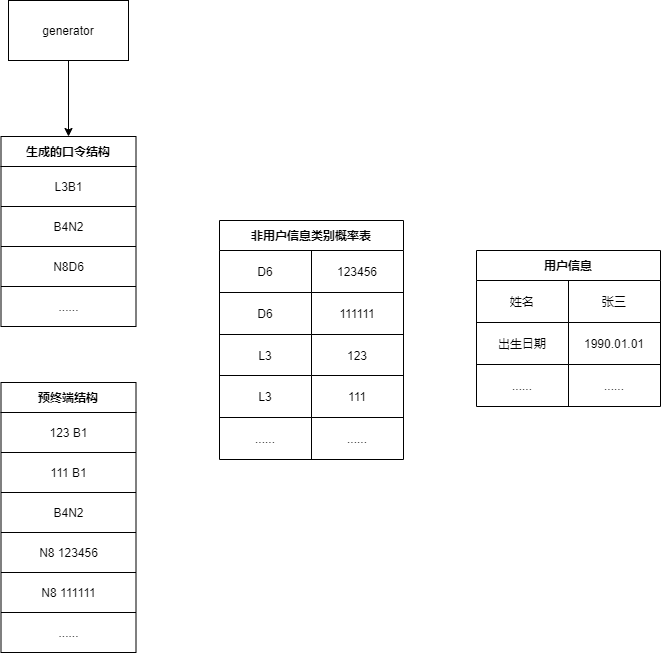
Earlier version of the draw.io export seqgan-fill.drawio.png (lakomi/pictures). Source tidied: cells renumbered, new cells last; positions are measured from the earlier drawing's top-left corner, leaving out a move shared by most shapes.
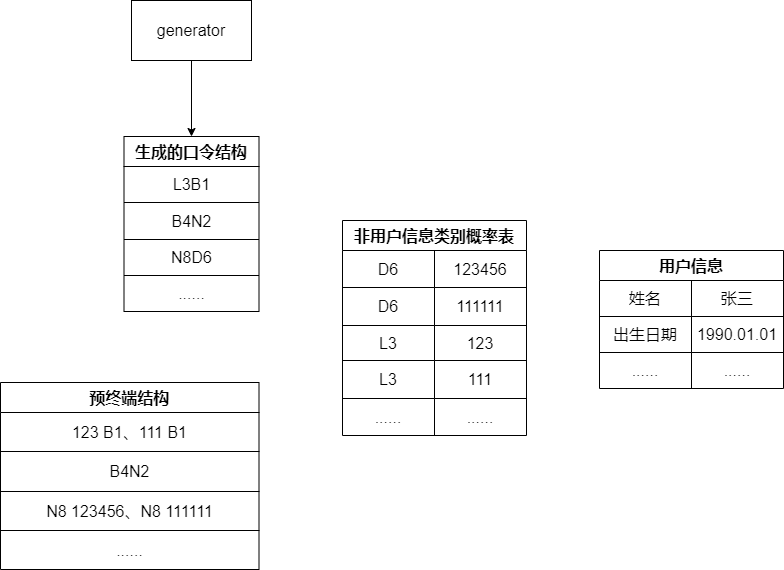
The same diagram one commit later.

The edit, as a diff of the source:
```diff
@@ -2,155 +2,143 @@
   <root>
     <mxCell id="0" />
     <mxCell id="1" parent="0" />
-    <mxCell id="2" style="edgeStyle=orthogonalEdgeStyle;rounded=0;jettySize=auto;html=1;exitX=0.5;exitY=1;exitDx=0;exitDy=0;" parent="1" edge="1" source="3" target="4">
+    <mxCell id="2" style="edgeStyle=orthogonalEdgeStyle;rounded=0;jettySize=auto;html=1;exitX=0.5;exitY=1;exitDx=0;exitDy=0;fontSize=16;" parent="1" edge="1" source="3" target="4">
       <mxGeometry relative="1" as="geometry" />
     </mxCell>
-    <mxCell id="3" value="generator" style="rounded=0;whiteSpace=wrap;html=1;" parent="1" vertex="1">
+    <mxCell id="3" value="generator" style="rounded=0;whiteSpace=wrap;html=1;fontSize=16;" parent="1" vertex="1">
       <mxGeometry x="8" width="120" height="60" as="geometry" />
     </mxCell>
-    <mxCell id="4" value="生成的口令结构" style="shape=table;startSize=30;fontStyle=1;align=center;" parent="1" vertex="1">
-      <mxGeometry x="0.5" y="136" width="135" height="190" as="geometry" />
+    <mxCell id="4" value="生成的口令结构" style="shape=table;startSize=30;fontStyle=1;align=center;fontSize=16;" parent="1" vertex="1">
+      <mxGeometry x="0.5" y="136" width="135" height="175" as="geometry" />
     </mxCell>
-    <mxCell id="5" style="shape=tableRow;horizontal=0;startSize=0;swimlaneHead=0;swimlaneBody=0;top=0;left=0;bottom=0;right=0;fillColor=none;" parent="4" vertex="1">
-      <mxGeometry y="30" width="135" height="40" as="geometry" />
+    <mxCell id="5" style="shape=tableRow;horizontal=0;startSize=0;swimlaneHead=0;swimlaneBody=0;top=0;left=0;bottom=0;right=0;fillColor=none;fontSize=16;" parent="4" vertex="1">
+      <mxGeometry y="30" width="135" height="36" as="geometry" />
     </mxCell>
-    <mxCell id="6" value="L3B1" style="shape=partialRectangle;html=1;whiteSpace=wrap;fillColor=none;top=0;left=0;bottom=0;right=0;overflow=hidden;" parent="5" vertex="1">
-      <mxGeometry width="135" height="40" as="geometry" />
+    <mxCell id="6" value="L3B1" style="shape=partialRectangle;html=1;whiteSpace=wrap;fillColor=none;top=0;left=0;bottom=0;right=0;overflow=hidden;fontSize=16;" parent="5" vertex="1">
+      <mxGeometry width="135" height="36" as="geometry" />
     </mxCell>
-    <mxCell id="7" style="shape=tableRow;horizontal=0;startSize=0;swimlaneHead=0;swimlaneBody=0;top=0;left=0;bottom=0;right=0;fillColor=none;" parent="4" vertex="1">
-      <mxGeometry y="70" width="135" height="40" as="geometry" />
+    <mxCell id="7" style="shape=tableRow;horizontal=0;startSize=0;swimlaneHead=0;swimlaneBody=0;top=0;left=0;bottom=0;right=0;fillColor=none;fontSize=16;" parent="4" vertex="1">
+      <mxGeometry y="66" width="135" height="37" as="geometry" />
     </mxCell>
-    <mxCell id="8" value="B4N2" style="shape=partialRectangle;html=1;whiteSpace=wrap;fillColor=none;top=0;left=0;bottom=0;right=0;overflow=hidden;" parent="7" vertex="1">
-      <mxGeometry width="135" height="40" as="geometry" />
+    <mxCell id="8" value="B4N2" style="shape=partialRectangle;html=1;whiteSpace=wrap;fillColor=none;top=0;left=0;bottom=0;right=0;overflow=hidden;fontSize=16;" parent="7" vertex="1">
+      <mxGeometry width="135" height="37" as="geometry" />
     </mxCell>
-    <mxCell id="9" style="shape=tableRow;horizontal=0;startSize=0;swimlaneHead=0;swimlaneBody=0;top=0;left=0;bottom=0;right=0;fillColor=none;" parent="4" vertex="1">
-      <mxGeometry y="110" width="135" height="40" as="geometry" />
+    <mxCell id="9" style="shape=tableRow;horizontal=0;startSize=0;swimlaneHead=0;swimlaneBody=0;top=0;left=0;bottom=0;right=0;fillColor=none;fontSize=16;" parent="4" vertex="1">
+      <mxGeometry y="103" width="135" height="36" as="geometry" />
     </mxCell>
-    <mxCell id="10" value="N8D6" style="shape=partialRectangle;html=1;whiteSpace=wrap;fillColor=none;top=0;left=0;bottom=0;right=0;overflow=hidden;" parent="9" vertex="1">
-      <mxGeometry width="135" height="40" as="geometry" />
+    <mxCell id="10" value="N8D6" style="shape=partialRectangle;html=1;whiteSpace=wrap;fillColor=none;top=0;left=0;bottom=0;right=0;overflow=hidden;fontSize=16;" parent="9" vertex="1">
+      <mxGeometry width="135" height="36" as="geometry" />
     </mxCell>
-    <mxCell id="11" style="shape=tableRow;horizontal=0;startSize=0;swimlaneHead=0;swimlaneBody=0;top=0;left=0;bottom=0;right=0;fillColor=none;" parent="4" vertex="1">
-      <mxGeometry y="150" width="135" height="40" as="geometry" />
+    <mxCell id="11" style="shape=tableRow;horizontal=0;startSize=0;swimlaneHead=0;swimlaneBody=0;top=0;left=0;bottom=0;right=0;fillColor=none;fontSize=16;" parent="4" vertex="1">
+      <mxGeometry y="139" width="135" height="36" as="geometry" />
     </mxCell>
-    <mxCell id="12" value="......" style="shape=partialRectangle;html=1;whiteSpace=wrap;fillColor=none;top=0;left=0;bottom=0;right=0;overflow=hidden;" parent="11" vertex="1">
-      <mxGeometry width="135" height="40" as="geometry" />
+    <mxCell id="12" value="......" style="shape=partialRectangle;html=1;whiteSpace=wrap;fillColor=none;top=0;left=0;bottom=0;right=0;overflow=hidden;fontSize=16;" parent="11" vertex="1">
+      <mxGeometry width="135" height="36" as="geometry" />
     </mxCell>
-    <mxCell id="13" value="预终端结构" style="shape=table;startSize=30;fontStyle=1;align=center;" parent="1" vertex="1">
-      <mxGeometry x="0.5" y="382" width="135" height="270" as="geometry" />
+    <mxCell id="13" value="预终端结构" style="shape=table;startSize=30;fontStyle=1;align=center;fontSize=16;" parent="1" vertex="1">
+      <mxGeometry x="-123" y="382" width="258.5" height="187" as="geometry" />
     </mxCell>
-    <mxCell id="14" style="shape=tableRow;horizontal=0;startSize=0;swimlaneHead=0;swimlaneBody=0;top=0;left=0;bottom=0;right=0;fillColor=none;" parent="13" vertex="1">
-      <mxGeometry y="30" width="135" height="40" as="geometry" />
+    <mxCell id="14" style="shape=tableRow;horizontal=0;startSize=0;swimlaneHead=0;swimlaneBody=0;top=0;left=0;bottom=0;right=0;fillColor=none;fontSize=16;" parent="13" vertex="1">
+      <mxGeometry y="30" width="258.5" height="39" as="geometry" />
     </mxCell>
-    <mxCell id="15" value="123 B1" style="shape=partialRectangle;html=1;whiteSpace=wrap;fillColor=none;top=0;left=0;bottom=0;right=0;overflow=hidden;" parent="14" vertex="1">
-      <mxGeometry width="135" height="40" as="geometry" />
+    <mxCell id="15" value="123 B1、111 B1" style="shape=partialRectangle;html=1;whiteSpace=wrap;fillColor=none;top=0;left=0;bottom=0;right=0;overflow=hidden;fontSize=16;" parent="14" vertex="1">
+      <mxGeometry width="259" height="39" as="geometry" />
     </mxCell>
-    <mxCell id="16" style="shape=tableRow;horizontal=0;startSize=0;swimlaneHead=0;swimlaneBody=0;top=0;left=0;bottom=0;right=0;fillColor=none;" parent="13" vertex="1">
-      <mxGeometry y="70" width="135" height="40" as="geometry" />
-    </mxCell>
-    <mxCell id="17" value="111 B1" style="shape=partialRectangle;html=1;whiteSpace=wrap;fillColor=none;top=0;left=0;bottom=0;right=0;overflow=hidden;" parent="16" vertex="1">
-      <mxGeometry width="135" height="40" as="geometry" />
-    </mxCell>
-    <mxCell id="18" style="shape=tableRow;horizontal=0;startSize=0;swimlaneHead=0;swimlaneBody=0;top=0;left=0;bottom=0;right=0;fillColor=none;" parent="13" vertex="1">
-      <mxGeometry y="110" width="135" height="40" as="geometry" />
+    <mxCell id="18" style="shape=tableRow;horizontal=0;startSize=0;swimlaneHead=0;swimlaneBody=0;top=0;left=0;bottom=0;right=0;fillColor=none;fontSize=16;" parent="13" vertex="1">
+      <mxGeometry y="69" width="258.5" height="40" as="geometry" />
     </mxCell>
-    <mxCell id="19" value="B4N2" style="shape=partialRectangle;html=1;whiteSpace=wrap;fillColor=none;top=0;left=0;bottom=0;right=0;overflow=hidden;" parent="18" vertex="1">
-      <mxGeometry width="135" height="40" as="geometry" />
+    <mxCell id="19" value="B4N2" style="shape=partialRectangle;html=1;whiteSpace=wrap;fillColor=none;top=0;left=0;bottom=0;right=0;overflow=hidden;fontSize=16;" parent="18" vertex="1">
+      <mxGeometry width="259" height="40" as="geometry" />
     </mxCell>
-    <mxCell id="20" style="shape=tableRow;horizontal=0;startSize=0;swimlaneHead=0;swimlaneBody=0;top=0;left=0;bottom=0;right=0;fillColor=none;" parent="13" vertex="1">
-      <mxGeometry y="150" width="135" height="40" as="geometry" />
+    <mxCell id="20" style="shape=tableRow;horizontal=0;startSize=0;swimlaneHead=0;swimlaneBody=0;top=0;left=0;bottom=0;right=0;fillColor=none;fontSize=16;" parent="13" vertex="1">
+      <mxGeometry y="109" width="258.5" height="39" as="geometry" />
     </mxCell>
-    <mxCell id="21" value="N8 123456" style="shape=partialRectangle;html=1;whiteSpace=wrap;fillColor=none;top=0;left=0;bottom=0;right=0;overflow=hidden;" parent="20" vertex="1">
-      <mxGeometry width="135" height="40" as="geometry" />
+    <mxCell id="21" value="N8 123456、N8 111111" style="shape=partialRectangle;html=1;whiteSpace=wrap;fillColor=none;top=0;left=0;bottom=0;right=0;overflow=hidden;fontSize=16;" parent="20" vertex="1">
+      <mxGeometry width="259" height="39" as="geometry" />
     </mxCell>
-    <mxCell id="22" style="shape=tableRow;horizontal=0;startSize=0;swimlaneHead=0;swimlaneBody=0;top=0;left=0;bottom=0;right=0;fillColor=none;" parent="13" vertex="1">
-      <mxGeometry y="190" width="135" height="40" as="geometry" />
-    </mxCell>
-    <mxCell id="23" value="N8 111111" style="shape=partialRectangle;html=1;whiteSpace=wrap;fillColor=none;top=0;left=0;bottom=0;right=0;overflow=hidden;" parent="22" vertex="1">
-      <mxGeometry width="135" height="40" as="geometry" />
-    </mxCell>
-    <mxCell id="24" style="shape=tableRow;horizontal=0;startSize=0;swimlaneHead=0;swimlaneBody=0;top=0;left=0;bottom=0;right=0;fillColor=none;" parent="13" vertex="1">
-      <mxGeometry y="230" width="135" height="40" as="geometry" />
+    <mxCell id="24" style="shape=tableRow;horizontal=0;startSize=0;swimlaneHead=0;swimlaneBody=0;top=0;left=0;bottom=0;right=0;fillColor=none;fontSize=16;" parent="13" vertex="1">
+      <mxGeometry y="148" width="258.5" height="39" as="geometry" />
     </mxCell>
-    <mxCell id="25" value="......" style="shape=partialRectangle;html=1;whiteSpace=wrap;fillColor=none;top=0;left=0;bottom=0;right=0;overflow=hidden;" parent="24" vertex="1">
-      <mxGeometry width="135" height="40" as="geometry" />
+    <mxCell id="25" value="......" style="shape=partialRectangle;html=1;whiteSpace=wrap;fillColor=none;top=0;left=0;bottom=0;right=0;overflow=hidden;fontSize=16;" parent="24" vertex="1">
+      <mxGeometry width="259" height="39" as="geometry" />
     </mxCell>
-    <mxCell id="26" value="非用户信息类别概率表" style="shape=table;startSize=30;fontStyle=1;align=center;" parent="1" vertex="1">
-      <mxGeometry x="219" y="220" width="184" height="239" as="geometry" />
+    <mxCell id="26" value="非用户信息类别概率表" style="shape=table;startSize=30;fontStyle=1;align=center;fontSize=16;" parent="1" vertex="1">
+      <mxGeometry x="219" y="220" width="184" height="215" as="geometry" />
     </mxCell>
-    <mxCell id="27" style="shape=tableRow;horizontal=0;startSize=0;swimlaneHead=0;swimlaneBody=0;top=0;left=0;bottom=0;right=0;fillColor=none;" parent="26" vertex="1">
-      <mxGeometry y="30" width="184" height="42" as="geometry" />
+    <mxCell id="27" style="shape=tableRow;horizontal=0;startSize=0;swimlaneHead=0;swimlaneBody=0;top=0;left=0;bottom=0;right=0;fillColor=none;fontSize=16;" parent="26" vertex="1">
+      <mxGeometry y="30" width="184" height="37" as="geometry" />
     </mxCell>
-    <mxCell id="28" value="D6" style="shape=partialRectangle;html=1;whiteSpace=wrap;fillColor=none;top=0;left=0;bottom=0;right=0;overflow=hidden;" parent="27" vertex="1">
-      <mxGeometry width="92" height="42" as="geometry" />
+    <mxCell id="28" value="D6" style="shape=partialRectangle;html=1;whiteSpace=wrap;fillColor=none;top=0;left=0;bottom=0;right=0;overflow=hidden;fontSize=16;" parent="27" vertex="1">
+      <mxGeometry width="92" height="37" as="geometry" />
     </mxCell>
-    <mxCell id="29" value="123456" style="shape=partialRectangle;html=1;whiteSpace=wrap;fillColor=none;top=0;left=0;bottom=0;right=0;overflow=hidden;" parent="27" vertex="1">
-      <mxGeometry x="92" width="92" height="42" as="geometry" />
+    <mxCell id="29" value="123456" style="shape=partialRectangle;html=1;whiteSpace=wrap;fillColor=none;top=0;left=0;bottom=0;right=0;overflow=hidden;fontSize=16;" parent="27" vertex="1">
+      <mxGeometry x="92" width="92" height="37" as="geometry" />
     </mxCell>
-    <mxCell id="30" style="shape=tableRow;horizontal=0;startSize=0;swimlaneHead=0;swimlaneBody=0;top=0;left=0;bottom=0;right=0;fillColor=none;" parent="26" vertex="1">
-      <mxGeometry y="72" width="184" height="42" as="geometry" />
+    <mxCell id="30" style="shape=tableRow;horizontal=0;startSize=0;swimlaneHead=0;swimlaneBody=0;top=0;left=0;bottom=0;right=0;fillColor=none;fontSize=16;" parent="26" vertex="1">
+      <mxGeometry y="67" width="184" height="38" as="geometry" />
     </mxCell>
-    <mxCell id="31" value="D6" style="shape=partialRectangle;html=1;whiteSpace=wrap;fillColor=none;top=0;left=0;bottom=0;right=0;overflow=hidden;" parent="30" vertex="1">
-      <mxGeometry width="92" height="42" as="geometry" />
+    <mxCell id="31" value="D6" style="shape=partialRectangle;html=1;whiteSpace=wrap;fillColor=none;top=0;left=0;bottom=0;right=0;overflow=hidden;fontSize=16;" parent="30" vertex="1">
+      <mxGeometry width="92" height="38" as="geometry" />
     </mxCell>
-    <mxCell id="32" value="111111" style="shape=partialRectangle;html=1;whiteSpace=wrap;fillColor=none;top=0;left=0;bottom=0;right=0;overflow=hidden;" parent="30" vertex="1">
-      <mxGeometry x="92" width="92" height="42" as="geometry" />
+    <mxCell id="32" value="111111" style="shape=partialRectangle;html=1;whiteSpace=wrap;fillColor=none;top=0;left=0;bottom=0;right=0;overflow=hidden;fontSize=16;" parent="30" vertex="1">
+      <mxGeometry x="92" width="92" height="38" as="geometry" />
     </mxCell>
-    <mxCell id="33" style="shape=tableRow;horizontal=0;startSize=0;swimlaneHead=0;swimlaneBody=0;top=0;left=0;bottom=0;right=0;fillColor=none;" parent="26" vertex="1">
-      <mxGeometry y="114" width="184" height="41" as="geometry" />
+    <mxCell id="33" style="shape=tableRow;horizontal=0;startSize=0;swimlaneHead=0;swimlaneBody=0;top=0;left=0;bottom=0;right=0;fillColor=none;fontSize=16;" parent="26" vertex="1">
+      <mxGeometry y="105" width="184" height="35" as="geometry" />
     </mxCell>
-    <mxCell id="34" value="L3" style="shape=partialRectangle;html=1;whiteSpace=wrap;fillColor=none;top=0;left=0;bottom=0;right=0;overflow=hidden;" parent="33" vertex="1">
-      <mxGeometry width="92" height="41" as="geometry" />
+    <mxCell id="34" value="L3" style="shape=partialRectangle;html=1;whiteSpace=wrap;fillColor=none;top=0;left=0;bottom=0;right=0;overflow=hidden;fontSize=16;" parent="33" vertex="1">
+      <mxGeometry width="92" height="35" as="geometry" />
     </mxCell>
-    <mxCell id="35" value="123" style="shape=partialRectangle;html=1;whiteSpace=wrap;fillColor=none;top=0;left=0;bottom=0;right=0;overflow=hidden;" parent="33" vertex="1">
-      <mxGeometry x="92" width="92" height="41" as="geometry" />
+    <mxCell id="35" value="123" style="shape=partialRectangle;html=1;whiteSpace=wrap;fillColor=none;top=0;left=0;bottom=0;right=0;overflow=hidden;fontSize=16;" parent="33" vertex="1">
+      <mxGeometry x="92" width="92" height="35" as="geometry" />
     </mxCell>
-    <mxCell id="36" style="shape=tableRow;horizontal=0;startSize=0;swimlaneHead=0;swimlaneBody=0;top=0;left=0;bottom=0;right=0;fillColor=none;" parent="26" vertex="1">
-      <mxGeometry y="155" width="184" height="42" as="geometry" />
+    <mxCell id="36" style="shape=tableRow;horizontal=0;startSize=0;swimlaneHead=0;swimlaneBody=0;top=0;left=0;bottom=0;right=0;fillColor=none;fontSize=16;" parent="26" vertex="1">
+      <mxGeometry y="140" width="184" height="38" as="geometry" />
     </mxCell>
-    <mxCell id="37" value="L3" style="shape=partialRectangle;html=1;whiteSpace=wrap;fillColor=none;top=0;left=0;bottom=0;right=0;overflow=hidden;" parent="36" vertex="1">
-      <mxGeometry width="92" height="42" as="geometry" />
+    <mxCell id="37" value="L3" style="shape=partialRectangle;html=1;whiteSpace=wrap;fillColor=none;top=0;left=0;bottom=0;right=0;overflow=hidden;fontSize=16;" parent="36" vertex="1">
+      <mxGeometry width="92" height="38" as="geometry" />
     </mxCell>
-    <mxCell id="38" value="111" style="shape=partialRectangle;html=1;whiteSpace=wrap;fillColor=none;top=0;left=0;bottom=0;right=0;overflow=hidden;" parent="36" vertex="1">
-      <mxGeometry x="92" width="92" height="42" as="geometry" />
+    <mxCell id="38" value="111" style="shape=partialRectangle;html=1;whiteSpace=wrap;fillColor=none;top=0;left=0;bottom=0;right=0;overflow=hidden;fontSize=16;" parent="36" vertex="1">
+      <mxGeometry x="92" width="92" height="38" as="geometry" />
     </mxCell>
-    <mxCell id="39" style="shape=tableRow;horizontal=0;startSize=0;swimlaneHead=0;swimlaneBody=0;top=0;left=0;bottom=0;right=0;fillColor=none;" parent="26" vertex="1">
-      <mxGeometry y="197" width="184" height="42" as="geometry" />
+    <mxCell id="39" style="shape=tableRow;horizontal=0;startSize=0;swimlaneHead=0;swimlaneBody=0;top=0;left=0;bottom=0;right=0;fillColor=none;fontSize=16;" parent="26" vertex="1">
+      <mxGeometry y="178" width="184" height="37" as="geometry" />
     </mxCell>
-    <mxCell id="40" value="......" style="shape=partialRectangle;html=1;whiteSpace=wrap;fillColor=none;top=0;left=0;bottom=0;right=0;overflow=hidden;" parent="39" vertex="1">
-      <mxGeometry width="92" height="42" as="geometry" />
+    <mxCell id="40" value="......" style="shape=partialRectangle;html=1;whiteSpace=wrap;fillColor=none;top=0;left=0;bottom=0;right=0;overflow=hidden;fontSize=16;" parent="39" vertex="1">
+      <mxGeometry width="92" height="37" as="geometry" />
     </mxCell>
-    <mxCell id="41" value="......" style="shape=partialRectangle;html=1;whiteSpace=wrap;fillColor=none;top=0;left=0;bottom=0;right=0;overflow=hidden;" parent="39" vertex="1">
-      <mxGeometry x="92" width="92" height="42" as="geometry" />
+    <mxCell id="41" value="......" style="shape=partialRectangle;html=1;whiteSpace=wrap;fillColor=none;top=0;left=0;bottom=0;right=0;overflow=hidden;fontSize=16;" parent="39" vertex="1">
+      <mxGeometry x="92" width="92" height="37" as="geometry" />
     </mxCell>
-    <mxCell id="42" value="用户信息" style="shape=table;startSize=30;fontStyle=1;align=center;" parent="1" vertex="1">
-      <mxGeometry x="476" y="250" width="184" height="156" as="geometry" />
+    <mxCell id="42" value="用户信息" style="shape=table;startSize=30;fontStyle=1;align=center;fontSize=16;" parent="1" vertex="1">
+      <mxGeometry x="476" y="250" width="184" height="138" as="geometry" />
     </mxCell>
-    <mxCell id="43" style="shape=tableRow;horizontal=0;startSize=0;swimlaneHead=0;swimlaneBody=0;top=0;left=0;bottom=0;right=0;fillColor=none;" parent="42" vertex="1">
-      <mxGeometry y="30" width="184" height="42" as="geometry" />
+    <mxCell id="43" style="shape=tableRow;horizontal=0;startSize=0;swimlaneHead=0;swimlaneBody=0;top=0;left=0;bottom=0;right=0;fillColor=none;fontSize=16;" parent="42" vertex="1">
+      <mxGeometry y="30" width="184" height="36" as="geometry" />
     </mxCell>
-    <mxCell id="44" value="姓名" style="shape=partialRectangle;html=1;whiteSpace=wrap;fillColor=none;top=0;left=0;bottom=0;right=0;overflow=hidden;" parent="43" vertex="1">
-      <mxGeometry width="92" height="42" as="geometry" />
+    <mxCell id="44" value="姓名" style="shape=partialRectangle;html=1;whiteSpace=wrap;fillColor=none;top=0;left=0;bottom=0;right=0;overflow=hidden;fontSize=16;" parent="43" vertex="1">
+      <mxGeometry width="92" height="36" as="geometry" />
     </mxCell>
-    <mxCell id="45" value="张三" style="shape=partialRectangle;html=1;whiteSpace=wrap;fillColor=none;top=0;left=0;bottom=0;right=0;overflow=hidden;" parent="43" vertex="1">
-      <mxGeometry x="92" width="92" height="42" as="geometry" />
+    <mxCell id="45" value="张三" style="shape=partialRectangle;html=1;whiteSpace=wrap;fillColor=none;top=0;left=0;bottom=0;right=0;overflow=hidden;fontSize=16;" parent="43" vertex="1">
+      <mxGeometry x="92" width="92" height="36" as="geometry" />
     </mxCell>
-    <mxCell id="46" style="shape=tableRow;horizontal=0;startSize=0;swimlaneHead=0;swimlaneBody=0;top=0;left=0;bottom=0;right=0;fillColor=none;" parent="42" vertex="1">
-      <mxGeometry y="72" width="184" height="42" as="geometry" />
+    <mxCell id="46" style="shape=tableRow;horizontal=0;startSize=0;swimlaneHead=0;swimlaneBody=0;top=0;left=0;bottom=0;right=0;fillColor=none;fontSize=16;" parent="42" vertex="1">
+      <mxGeometry y="66" width="184" height="36" as="geometry" />
     </mxCell>
-    <mxCell id="47" value="出生日期" style="shape=partialRectangle;html=1;whiteSpace=wrap;fillColor=none;top=0;left=0;bottom=0;right=0;overflow=hidden;" parent="46" vertex="1">
-      <mxGeometry width="92" height="42" as="geometry" />
+    <mxCell id="47" value="出生日期" style="shape=partialRectangle;html=1;whiteSpace=wrap;fillColor=none;top=0;left=0;bottom=0;right=0;overflow=hidden;fontSize=16;" parent="46" vertex="1">
+      <mxGeometry width="92" height="36" as="geometry" />
     </mxCell>
-    <mxCell id="48" value="1990.01.01" style="shape=partialRectangle;html=1;whiteSpace=wrap;fillColor=none;top=0;left=0;bottom=0;right=0;overflow=hidden;" parent="46" vertex="1">
-      <mxGeometry x="92" width="92" height="42" as="geometry" />
+    <mxCell id="48" value="1990.01.01" style="shape=partialRectangle;html=1;whiteSpace=wrap;fillColor=none;top=0;left=0;bottom=0;right=0;overflow=hidden;fontSize=16;" parent="46" vertex="1">
+      <mxGeometry x="92" width="92" height="36" as="geometry" />
     </mxCell>
-    <mxCell id="49" style="shape=tableRow;horizontal=0;startSize=0;swimlaneHead=0;swimlaneBody=0;top=0;left=0;bottom=0;right=0;fillColor=none;" parent="42" vertex="1">
-      <mxGeometry y="114" width="184" height="42" as="geometry" />
+    <mxCell id="49" style="shape=tableRow;horizontal=0;startSize=0;swimlaneHead=0;swimlaneBody=0;top=0;left=0;bottom=0;right=0;fillColor=none;fontSize=16;" parent="42" vertex="1">
+      <mxGeometry y="102" width="184" height="36" as="geometry" />
     </mxCell>
-    <mxCell id="50" value="......" style="shape=partialRectangle;html=1;whiteSpace=wrap;fillColor=none;top=0;left=0;bottom=0;right=0;overflow=hidden;" parent="49" vertex="1">
-      <mxGeometry width="92" height="42" as="geometry" />
+    <mxCell id="50" value="......" style="shape=partialRectangle;html=1;whiteSpace=wrap;fillColor=none;top=0;left=0;bottom=0;right=0;overflow=hidden;fontSize=16;" parent="49" vertex="1">
+      <mxGeometry width="92" height="36" as="geometry" />
     </mxCell>
-    <mxCell id="51" value="......" style="shape=partialRectangle;html=1;whiteSpace=wrap;fillColor=none;top=0;left=0;bottom=0;right=0;overflow=hidden;" parent="49" vertex="1">
-      <mxGeometry x="92" width="92" height="42" as="geometry" />
+    <mxCell id="51" value="......" style="shape=partialRectangle;html=1;whiteSpace=wrap;fillColor=none;top=0;left=0;bottom=0;right=0;overflow=hidden;fontSize=16;" parent="49" vertex="1">
+      <mxGeometry x="92" width="92" height="36" as="geometry" />
     </mxCell>
   </root>
 </mxGraphModel>
```
